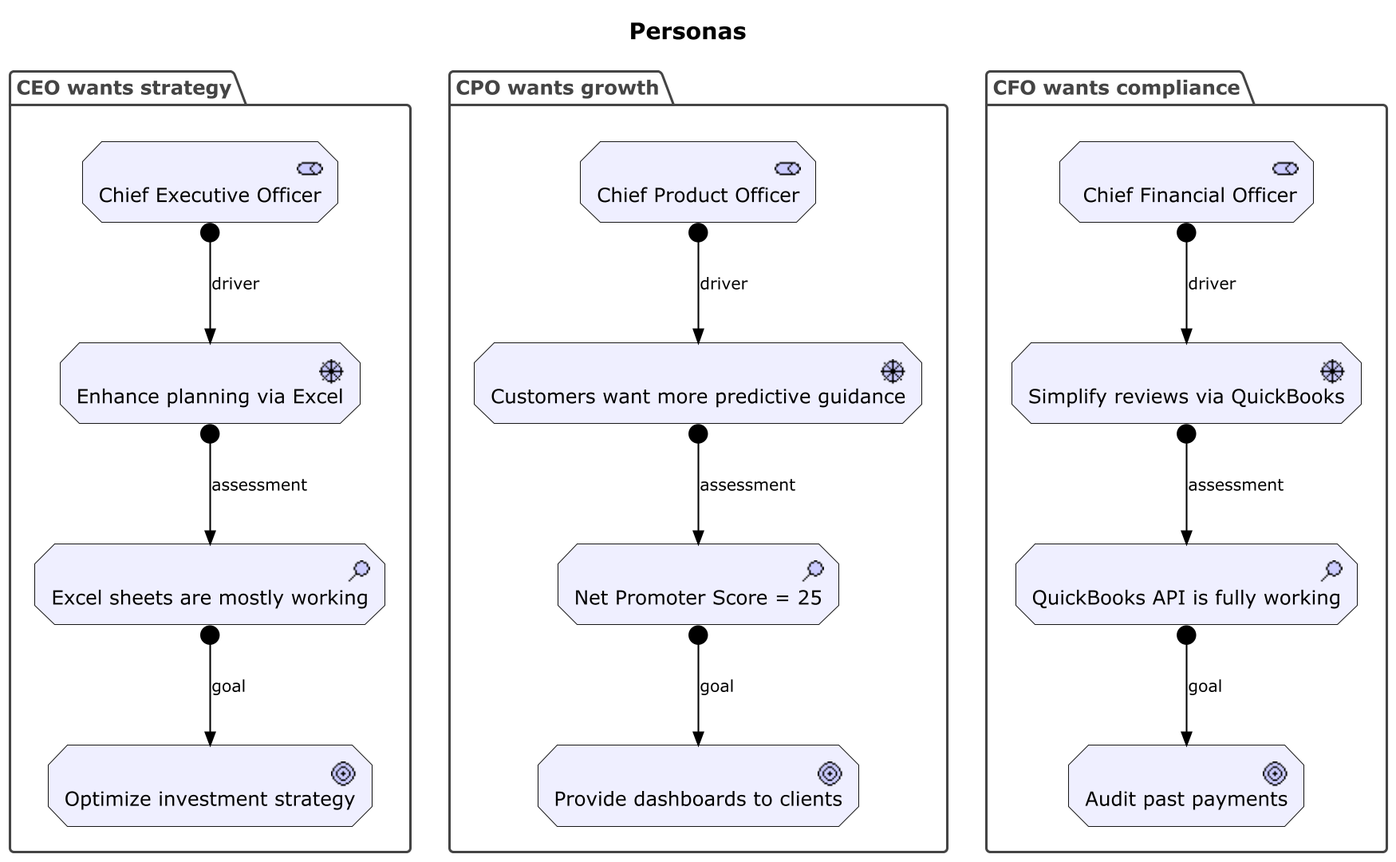
Earlier version of the PlantUML export doc/examples/personas/personas.plantuml.png (SixArm/archimate-examples).
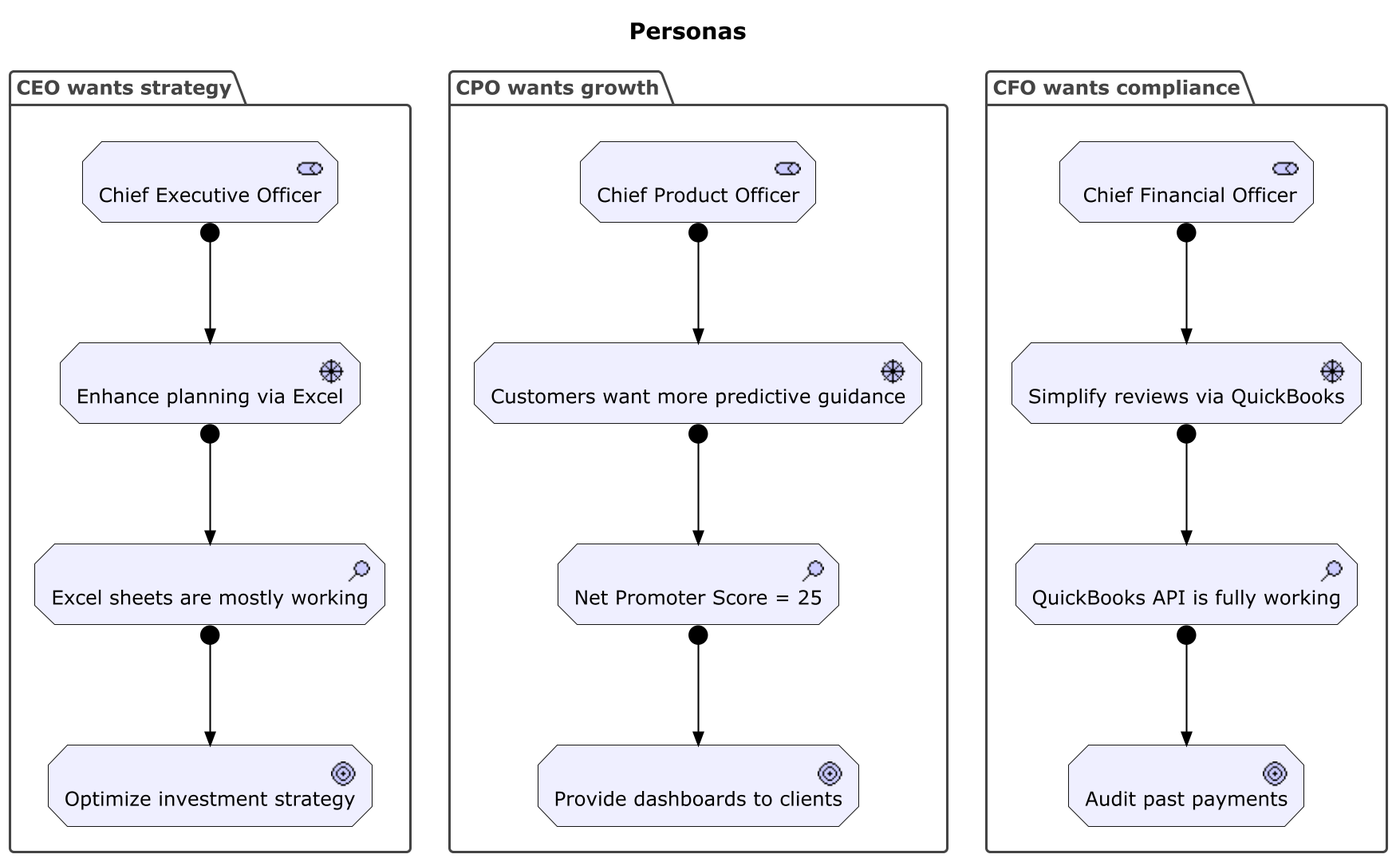
After the change.

Change to the diagram source:
```diff
@@ -8,11 +8,11 @@
 
     Motivation_Stakeholder(ceo, "Chief Executive Officer")
     Motivation_Driver(enhance_future_investments, "Enhance planning via Excel")
-    Rel_Assignment(ceo, enhance_future_investments, "driver")
+    Rel_Assignment(ceo, enhance_future_investments)
     Motivation_Assessment(excel_assessment, "Excel sheets are mostly working")
-    Rel_Assignment(enhance_future_investments, excel_assessment, "assessment")
+    Rel_Assignment(enhance_future_investments, excel_assessment)
     Motivation_Goal(optimize_investment_strategy, "Optimize investment strategy")
-    Rel_Assignment(excel_assessment, optimize_investment_strategy, "goal")
+    Rel_Assignment(excel_assessment, optimize_investment_strategy)
 
 }
 
@@ -20,11 +20,11 @@
 
     Motivation_Stakeholder(cpo, "Chief Product Officer")
     Motivation_Driver(provide_better_advice, "Customers want more predictive guidance")
-    Rel_Assignment(cpo, provide_better_advice, "driver")
+    Rel_Assignment(cpo, provide_better_advice)
     Motivation_Assessment(clients_assessment, "Net Promoter Score = 25")
-    Rel_Assignment(provide_better_advice, clients_assessment, "assessment")
+    Rel_Assignment(provide_better_advice, clients_assessment)
     Motivation_Goal(provide_dashboards, "Provide dashboards to clients")
-    Rel_Assignment(clients_assessment, provide_dashboards, "goal")
+    Rel_Assignment(clients_assessment, provide_dashboards)
 
 }
 
@@ -32,11 +32,11 @@
 
     Motivation_Stakeholder(cfo, " Chief Financial Officer")
     Motivation_Driver(simplify_past_analyses, "Simplify reviews via QuickBooks")
-    Rel_Assignment(cfo, simplify_past_analyses, "driver")
+    Rel_Assignment(cfo, simplify_past_analyses)
     Motivation_Assessment(quickbooks_assessment, "QuickBooks API is fully working")
-    Rel_Assignment(simplify_past_analyses, quickbooks_assessment, "assessment")
+    Rel_Assignment(simplify_past_analyses, quickbooks_assessment)
     Motivation_Goal(audit_past_payments, "Audit past payments")
-    Rel_Assignment(quickbooks_assessment, audit_past_payments, "goal")
+    Rel_Assignment(quickbooks_assessment, audit_past_payments)
 
 }
 
```
